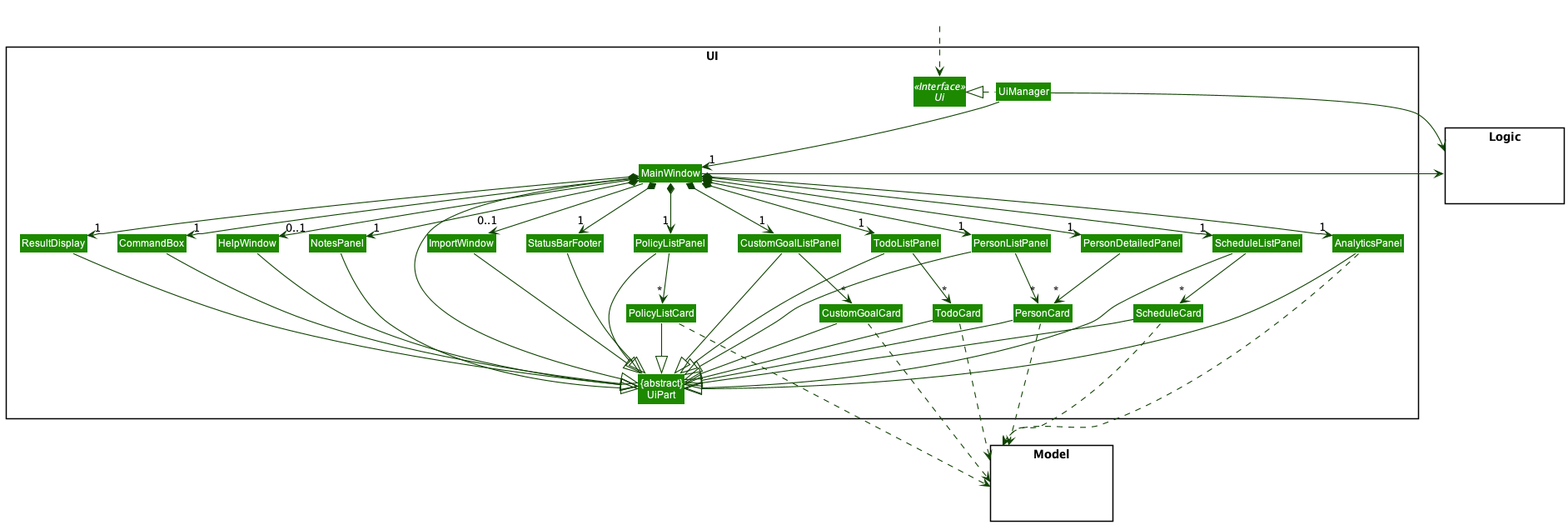
whoisjustinngo/tp keeps this PlantUML diagram as docs/images/UiClassDiagram.png. Above is the earlier version.
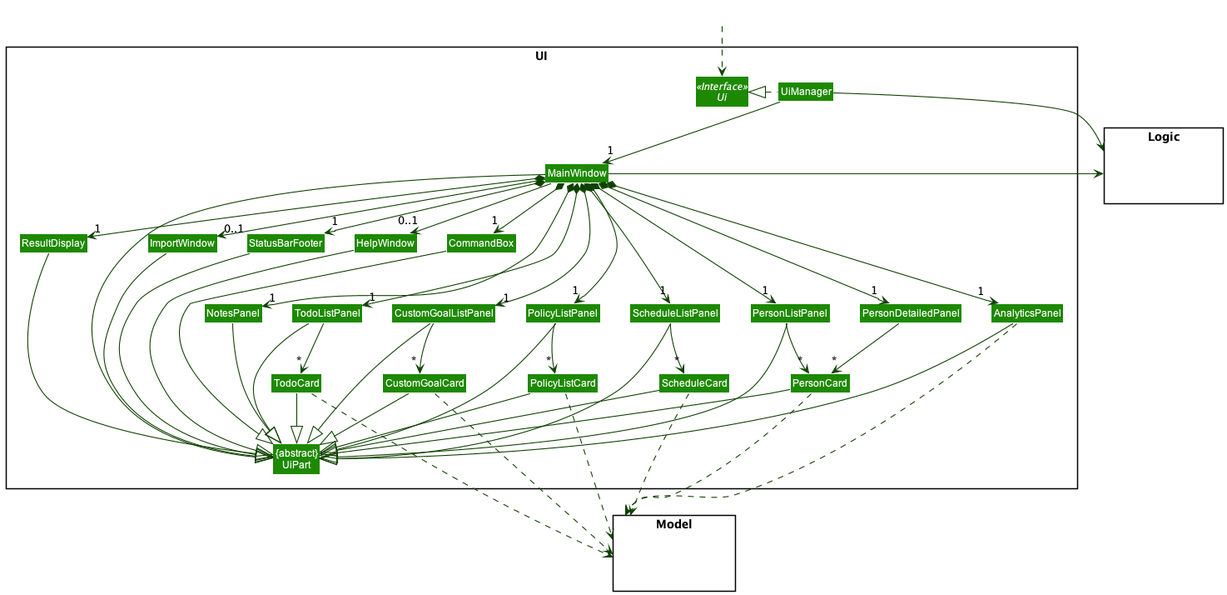
The same diagram one commit later.

Commit message:
Change layout of ui uml diagram

What changed in the source:
```diff
@@ -92,13 +92,20 @@
 UiManager -right-> Logic
 MainWindow -left-> Logic
 
-PersonListPanel -[hidden]left- HelpWindow
 PersonListPanel -[hidden]left- AnalyticsPanel
+PersonListPanel -[hidden]left- PersonDetailedPanel
 PersonListPanel -[hidden]left- NotesPanel
-PersonListPanel -[hidden]left- ImportWindow
-HelpWindow -[hidden]left- CommandBox
-CommandBox -[hidden]left- ResultDisplay
-ResultDisplay -[hidden]left- StatusBarFooter
+PersonListPanel -[hidden]left- ScheduleListPanel
+PersonListPanel -[hidden]left- CustomGoalListPanel
+PersonListPanel -[hidden]left- TodoListPanel
+
+PersonListPanel -[hidden]down- PersonCard
+PolicyListPanel -[hidden]down- PolicyListCard
+ScheduleListPanel -[hidden]down- ScheduleCard
+CustomGoalListPanel -[hidden]down- CustomGoalCard
+
+HelpWindow -[hidden]down- TodoListPanel
+
 
 MainWindow -[hidden]-|> UiPart
 @enduml
```
